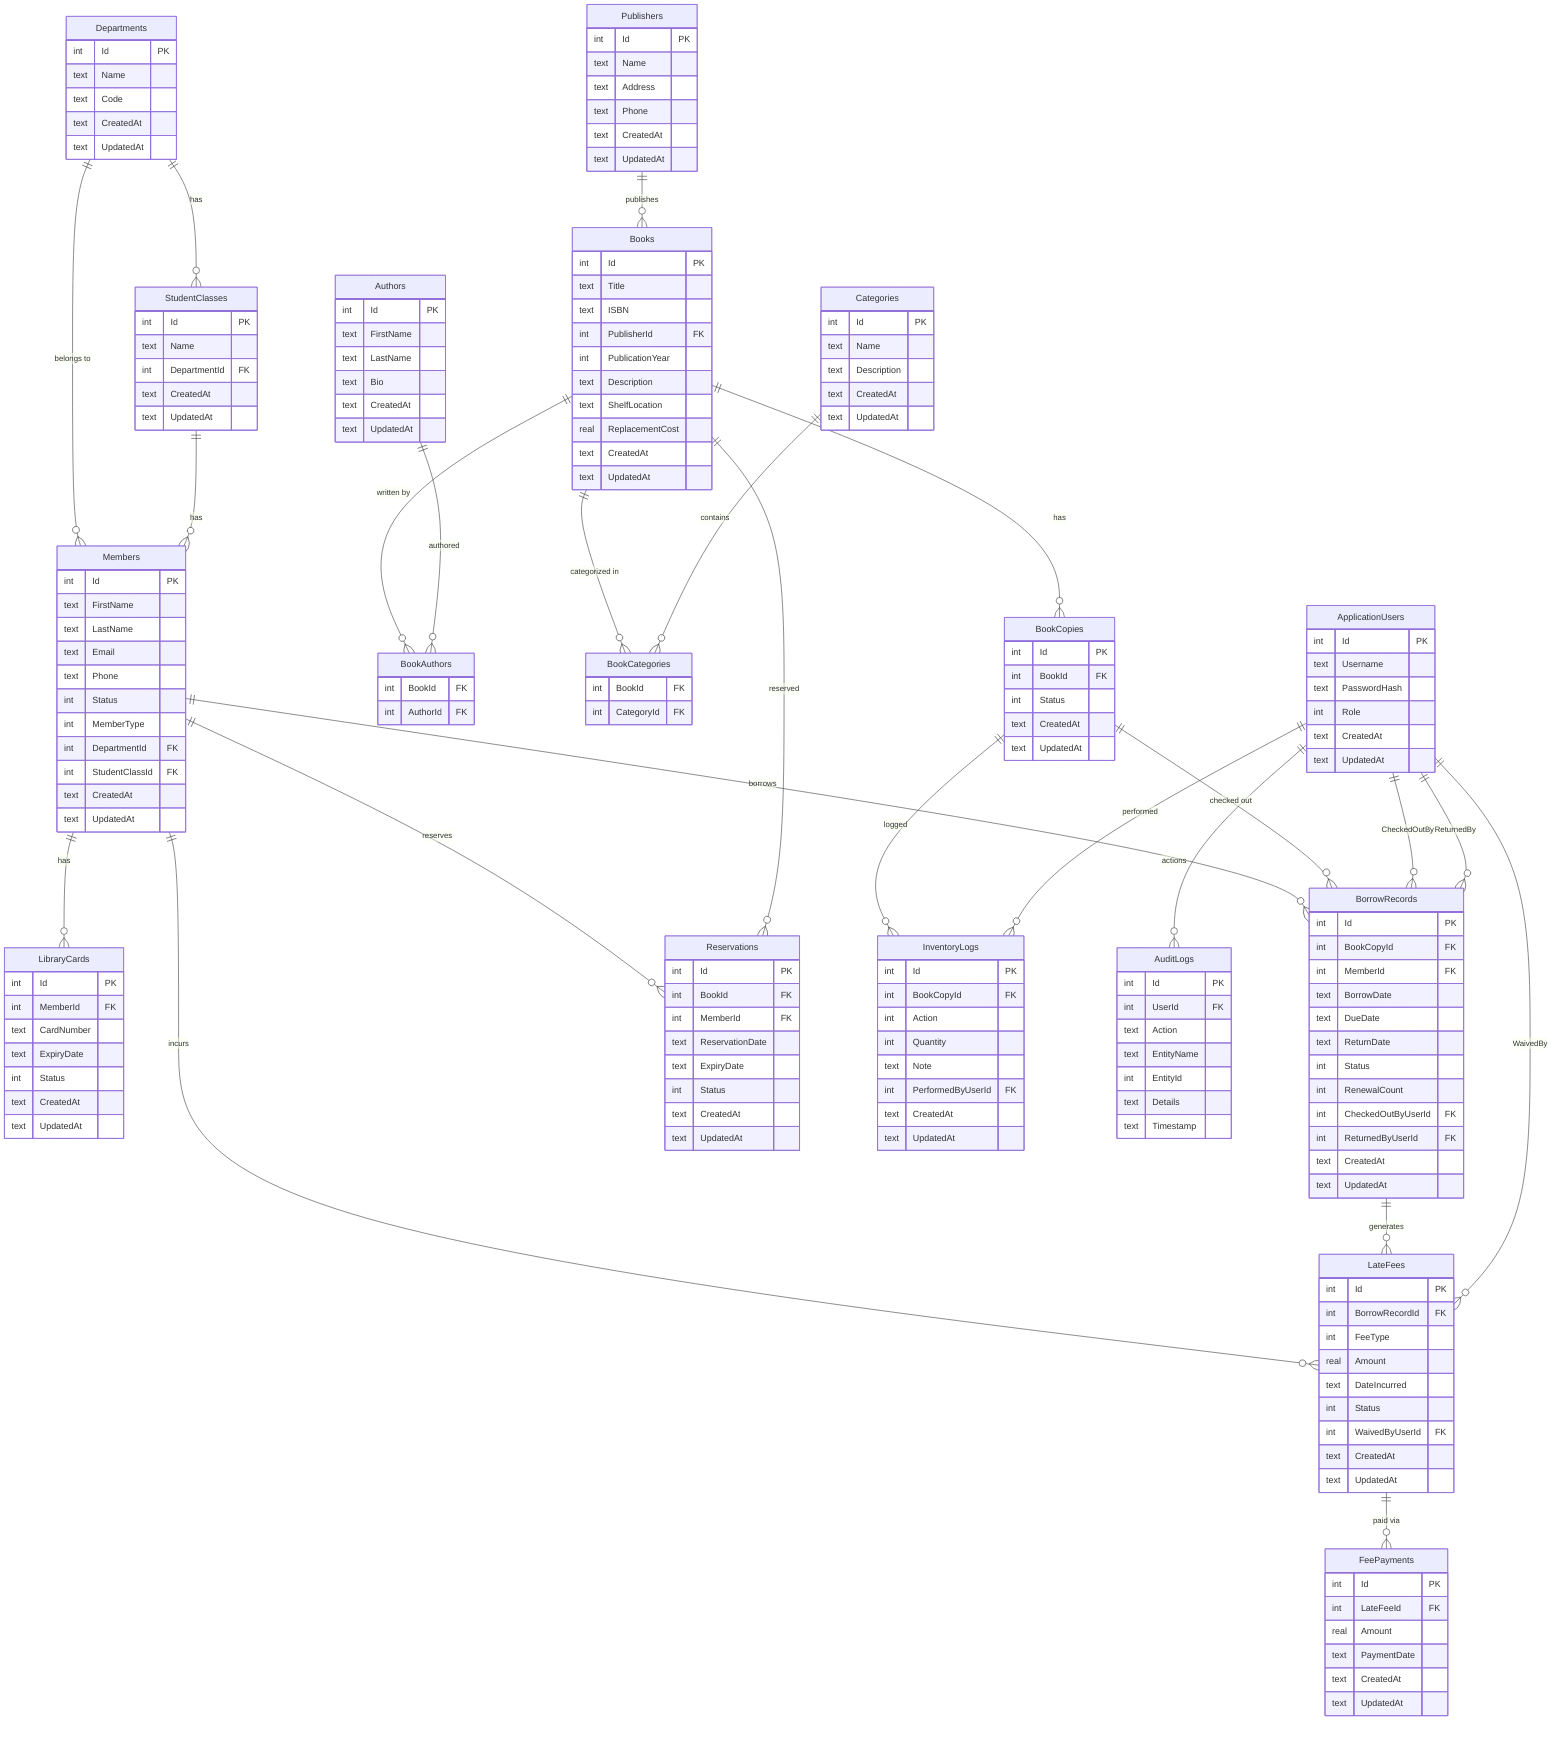
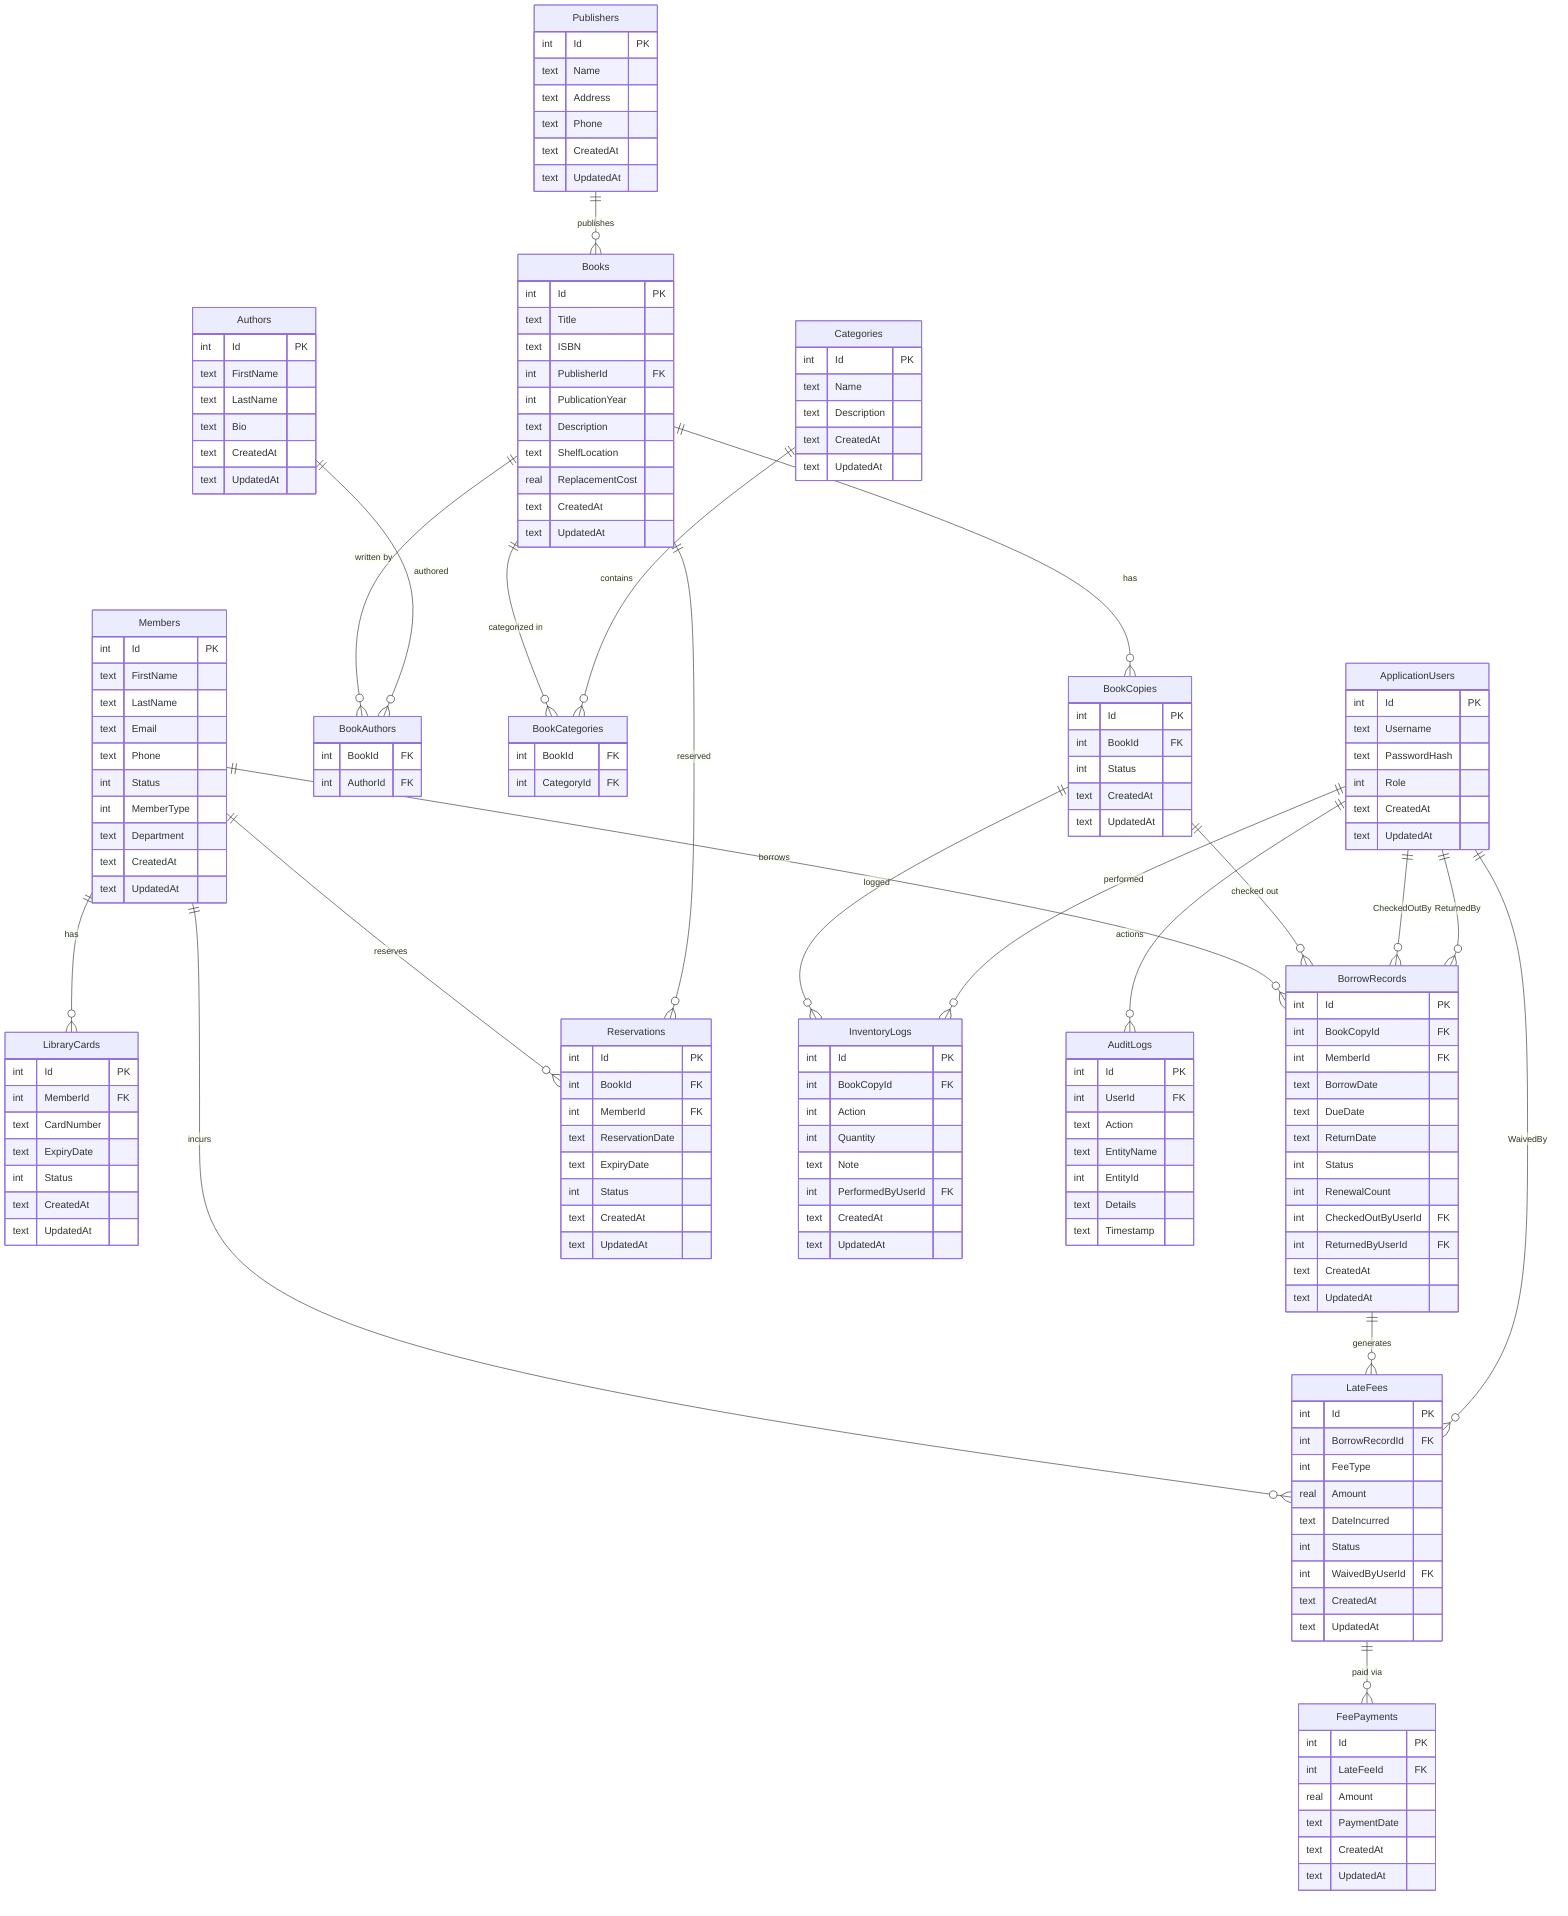
erDiagram
    Authors {
        int Id PK
        text FirstName
        text LastName
        text Bio
        text CreatedAt
        text UpdatedAt
    }

    Categories {
        int Id PK
        text Name
        text Description
        text CreatedAt
        text UpdatedAt
    }

    Publishers {
        int Id PK
        text Name
        text Address
        text Phone
        text CreatedAt
        text UpdatedAt
    }

    Books {
        int Id PK
        text Title
        text ISBN
        int PublisherId FK
        int PublicationYear
        text Description
        text ShelfLocation
        real ReplacementCost
        text CreatedAt
        text UpdatedAt
    }

    BookCopies {
        int Id PK
        int BookId FK
        int Status
        text CreatedAt
        text UpdatedAt
    }

    BookAuthors {
        int BookId FK
        int AuthorId FK
    }

    BookCategories {
        int BookId FK
        int CategoryId FK
    }

-     Departments {
-         int Id PK
-         text Name
-         text Code
-         text CreatedAt
-         text UpdatedAt
-     }
- 
-     StudentClasses {
-         int Id PK
-         text Name
-         int DepartmentId FK
-         text CreatedAt
-         text UpdatedAt
-     }
- 
    Members {
        int Id PK
        text FirstName
        text LastName
        text Email
        text Phone
        int Status
        int MemberType
-         int DepartmentId FK
-         int StudentClassId FK
+         text Department
        text CreatedAt
        text UpdatedAt
    }

    LibraryCards {
        int Id PK
        int MemberId FK
        text CardNumber
        text ExpiryDate
        int Status
        text CreatedAt
        text UpdatedAt
    }

    ApplicationUsers {
        int Id PK
        text Username
        text PasswordHash
        int Role
        text CreatedAt
        text UpdatedAt
    }

    BorrowRecords {
        int Id PK
        int BookCopyId FK
        int MemberId FK
        text BorrowDate
        text DueDate
        text ReturnDate
        int Status
        int RenewalCount
        int CheckedOutByUserId FK
        int ReturnedByUserId FK
        text CreatedAt
        text UpdatedAt
    }

    LateFees {
        int Id PK
        int BorrowRecordId FK
        int FeeType
        real Amount
        text DateIncurred
        int Status
        int WaivedByUserId FK
        text CreatedAt
        text UpdatedAt
    }

    FeePayments {
        int Id PK
        int LateFeeId FK
        real Amount
        text PaymentDate
        text CreatedAt
        text UpdatedAt
    }

    Reservations {
        int Id PK
        int BookId FK
        int MemberId FK
        text ReservationDate
        text ExpiryDate
        int Status
        text CreatedAt
        text UpdatedAt
    }

    InventoryLogs {
        int Id PK
        int BookCopyId FK
        int Action
        int Quantity
        text Note
        int PerformedByUserId FK
        text CreatedAt
        text UpdatedAt
    }

    AuditLogs {
        int Id PK
        int UserId FK
        text Action
        text EntityName
        int EntityId
        text Details
        text Timestamp
    }

    Publishers ||--o{ Books : "publishes"
    Books ||--o{ BookCopies : "has"
    Books ||--o{ BookAuthors : "written by"
    Authors ||--o{ BookAuthors : "authored"
    Books ||--o{ BookCategories : "categorized in"
    Categories ||--o{ BookCategories : "contains"
-     Departments ||--o{ StudentClasses : "has"
-     Departments ||--o{ Members : "belongs to"
-     StudentClasses ||--o{ Members : "has"
    Members ||--o{ LibraryCards : "has"
    Members ||--o{ BorrowRecords : "borrows"
    Members ||--o{ LateFees : "incurs"
    Members ||--o{ Reservations : "reserves"
    Books ||--o{ Reservations : "reserved"
    BookCopies ||--o{ BorrowRecords : "checked out"
    BookCopies ||--o{ InventoryLogs : "logged"
    BorrowRecords ||--o{ LateFees : "generates"
    LateFees ||--o{ FeePayments : "paid via"
    ApplicationUsers ||--o{ BorrowRecords : "CheckedOutBy"
    ApplicationUsers ||--o{ BorrowRecords : "ReturnedBy"
    ApplicationUsers ||--o{ LateFees : "WaivedBy"
    ApplicationUsers ||--o{ InventoryLogs : "performed"
    ApplicationUsers ||--o{ AuditLogs : "actions"
